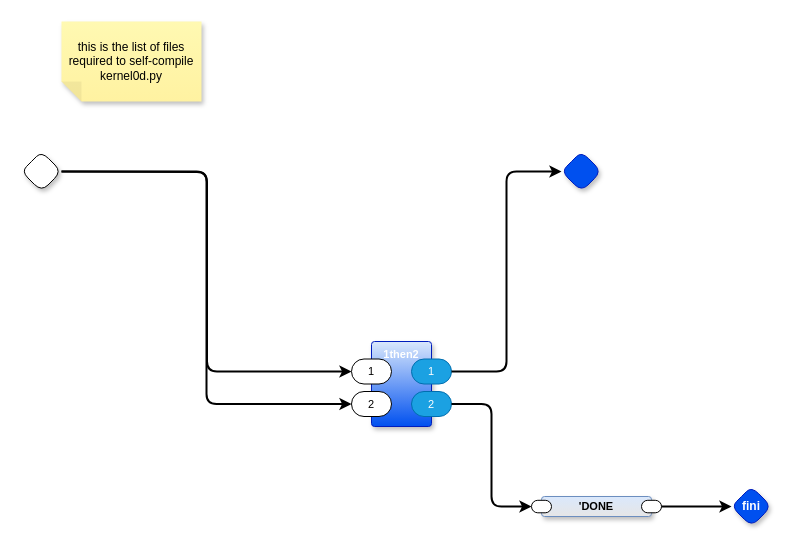
The draw.io diagram page "List Filenames" (2 of 30) of kernel/kernel.drawio in guitarvydas/pbp-dev, before the edit. Source tidied: cells renumbered, new cells numbered last; positions are measured from the earlier drawing's top-left corner, leaving out a move shared by most shapes. Both pictures are drawn from the tidied source at 100%, with x=0, y=0 at pixel (21, 21).
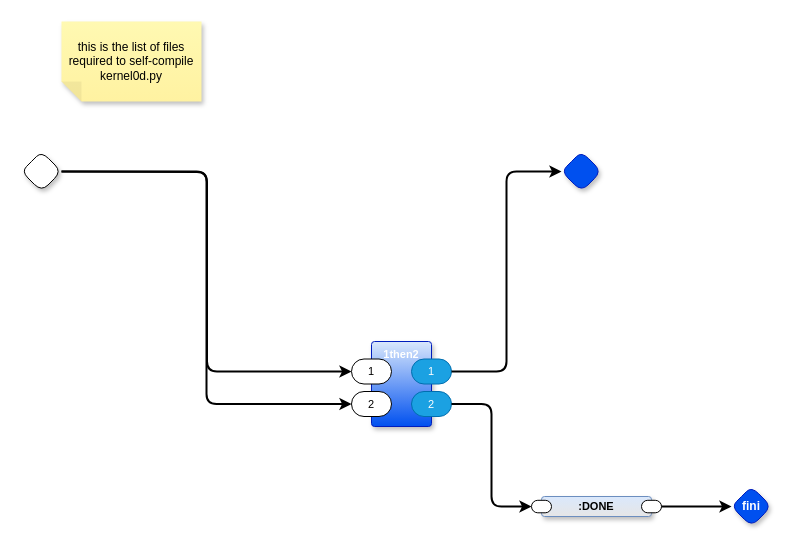
Above is the later version.

What changed in the source:
```diff
@@
 <mxGraphModel>
   <root>
     <mxCell id="0" />
     <mxCell id="1" parent="0" />
-    <mxCell id="2" value="'DONE" style="rounded=1;whiteSpace=wrap;html=1;verticalAlign=middle;arcSize=6;fontStyle=1;absoluteArcSize=1;shadow=1;strokeColor=#6c8ebf;fillColor=#dae8fc;fontFamily=Helvetica;fontSize=11;gradientColor=#E6E6E6;fontColor=default;" parent="1" vertex="1">
+    <mxCell id="2" value=":DONE" style="rounded=1;whiteSpace=wrap;html=1;verticalAlign=middle;arcSize=6;fontStyle=1;absoluteArcSize=1;shadow=1;strokeColor=#6c8ebf;fillColor=#dae8fc;fontFamily=Helvetica;fontSize=11;gradientColor=#E6E6E6;fontColor=default;" parent="1" vertex="1">
       <mxGeometry x="520" y="475" width="110" height="20" as="geometry" />
     </mxCell>
     <mxCell id="3" style="rounded=1;whiteSpace=wrap;html=1;sketch=0;points=[[0,0.5,0,0,0],[1,0.5,0,0,0]];arcSize=50;fontFamily=Helvetica;fontSize=11;fontColor=default;" parent="2" vertex="1">
       <mxGeometry x="100" y="3.8" width="20" height="12.5" as="geometry" />
     </mxCell>
     <mxCell id="4" style="rounded=1;whiteSpace=wrap;html=1;sketch=0;points=[[0,0.5,0,0,0],[1,0.5,0,0,0]];arcSize=50;fontFamily=Helvetica;fontSize=11;fontColor=default;" parent="2" vertex="1">
       <mxGeometry x="-10" y="3.8" width="20" height="12.5" as="geometry" />
     </mxCell>
     <mxCell id="5" style="rhombus;whiteSpace=wrap;html=1;rounded=1;fontStyle=1;glass=0;sketch=0;fontSize=12;points=[[0,0.5,0,0,0],[0.5,0,0,0,0],[0.5,1,0,0,0],[1,0.5,0,0,0]];shadow=1;fillColor=#0050ef;fontColor=#ffffff;strokeColor=#001DBC;fontFamily=Helvetica;labelBackgroundColor=none;" parent="1" vertex="1">
       <mxGeometry x="540" y="130" width="40" height="40" as="geometry" />
     </mxCell>
     <mxCell id="6" value="fini" style="rhombus;whiteSpace=wrap;html=1;rounded=1;fontStyle=1;glass=0;sketch=0;fontSize=12;points=[[0,0.5,0,0,0],[0.5,0,0,0,0],[0.5,1,0,0,0],[1,0.5,0,0,0]];shadow=1;fillColor=#0050ef;fontColor=#ffffff;strokeColor=#001DBC;fontFamily=Helvetica;labelBackgroundColor=none;" parent="1" vertex="1">
       <mxGeometry x="710" y="465" width="40" height="40" as="geometry" />
     </mxCell>
     <mxCell id="7" style="edgeStyle=orthogonalEdgeStyle;shape=connector;curved=0;rounded=1;jettySize=auto;html=1;exitX=1;exitY=0.5;exitDx=0;exitDy=0;exitPerimeter=0;entryX=0;entryY=0.5;entryDx=0;entryDy=0;entryPerimeter=0;strokeColor=default;strokeWidth=2;align=center;verticalAlign=middle;fontFamily=Helvetica;fontSize=11;fontColor=default;labelBackgroundColor=default;endArrow=classic;" parent="1" edge="1" source="3" target="6">
       <mxGeometry relative="1" as="geometry" />
     </mxCell>
     <mxCell id="8" value="1then2" style="rounded=1;whiteSpace=wrap;html=1;sketch=0;verticalAlign=top;arcSize=6;fontStyle=1;absoluteArcSize=1;shadow=1;strokeColor=#001DBC;fillColor=#DAE8FC;fontColor=#ffffff;gradientColor=#0050EF;fontFamily=Helvetica;fontSize=11;labelBackgroundColor=none;" parent="1" vertex="1">
       <mxGeometry x="350" y="320" width="60" height="85" as="geometry" />
     </mxCell>
     <mxCell id="9" value="2" style="rounded=1;whiteSpace=wrap;html=1;sketch=0;points=[[0,0.5,0,0,0],[1,0.5,0,0,0]];arcSize=50;fontFamily=Helvetica;fontSize=11;fontColor=default;labelBackgroundColor=none;" parent="8" vertex="1">
       <mxGeometry x="-20" y="50" width="40" height="25" as="geometry" />
     </mxCell>
     <mxCell id="10" value="1" style="rounded=1;whiteSpace=wrap;html=1;sketch=0;points=[[0,0.5,0,0,0],[1,0.5,0,0,0]];arcSize=50;fontFamily=Helvetica;fontSize=11;fontColor=default;labelBackgroundColor=none;" parent="8" vertex="1">
       <mxGeometry x="-20" y="17.5" width="40" height="25" as="geometry" />
     </mxCell>
     <mxCell id="11" value="1" style="rounded=1;whiteSpace=wrap;html=1;sketch=0;points=[[0,0.5,0,0,0],[1,0.5,0,0,0]];fillColor=#1ba1e2;fontColor=#ffffff;strokeColor=#006EAF;arcSize=50;fontFamily=Helvetica;fontSize=11;labelBackgroundColor=none;" parent="8" vertex="1">
       <mxGeometry x="40" y="17.5" width="40" height="25" as="geometry" />
     </mxCell>
     <mxCell id="12" value="2" style="rounded=1;whiteSpace=wrap;html=1;sketch=0;points=[[0,0.5,0,0,0],[1,0.5,0,0,0]];fillColor=#1ba1e2;fontColor=#ffffff;strokeColor=#006EAF;arcSize=50;fontFamily=Helvetica;fontSize=11;labelBackgroundColor=none;" parent="8" vertex="1">
       <mxGeometry x="40" y="50" width="40" height="25" as="geometry" />
     </mxCell>
     <mxCell id="13" style="edgeStyle=orthogonalEdgeStyle;shape=connector;curved=0;rounded=1;jettySize=auto;html=1;exitX=1;exitY=0.5;exitDx=0;exitDy=0;exitPerimeter=0;entryX=0;entryY=0.5;entryDx=0;entryDy=0;entryPerimeter=0;strokeColor=default;strokeWidth=2;align=center;verticalAlign=middle;fontFamily=Helvetica;fontSize=11;fontColor=default;labelBackgroundColor=default;endArrow=classic;" parent="1" edge="1" source="12" target="4">
       <mxGeometry relative="1" as="geometry" />
     </mxCell>
     <mxCell id="14" value="this is the list of files required to self-compile kernel0d.py" style="shape=note;whiteSpace=wrap;html=1;backgroundOutline=1;fontColor=#000000;darkOpacity=0.05;fillColor=#FFF9B2;strokeColor=none;fillStyle=solid;direction=west;gradientDirection=north;gradientColor=#FFF2A1;shadow=1;size=20;" parent="1" vertex="1">
       <mxGeometry x="40" width="140" height="80" as="geometry" />
     </mxCell>
     <mxCell id="15" style="rhombus;whiteSpace=wrap;html=1;rounded=1;fontStyle=1;glass=0;sketch=0;fontSize=12;points=[[0,0.5,0,0,0],[0.5,0,0,0,0],[0.5,1,0,0,0],[1,0.5,0,0,0]];shadow=1;fontFamily=Helvetica;fontColor=default;" parent="1" vertex="1">
       <mxGeometry y="130" width="40" height="40" as="geometry" />
     </mxCell>
     <mxCell id="16" style="edgeStyle=orthogonalEdgeStyle;rounded=1;jettySize=auto;html=1;exitX=1;exitY=0.5;exitDx=0;exitDy=0;exitPerimeter=0;entryX=0;entryY=0.5;entryDx=0;entryDy=0;entryPerimeter=0;strokeWidth=2;curved=0;" parent="1" edge="1" source="11" target="5">
       <mxGeometry relative="1" as="geometry" />
     </mxCell>
     <mxCell id="17" style="edgeStyle=orthogonalEdgeStyle;rounded=1;jettySize=auto;html=1;entryX=0;entryY=0.5;entryDx=0;entryDy=0;entryPerimeter=0;strokeWidth=2;curved=0;" parent="1" edge="1" target="10">
       <mxGeometry relative="1" as="geometry">
         <mxPoint x="40" y="150" as="sourcePoint" />
       </mxGeometry>
     </mxCell>
     <mxCell id="18" style="edgeStyle=orthogonalEdgeStyle;rounded=1;jettySize=auto;html=1;exitX=1;exitY=0.5;exitDx=0;exitDy=0;exitPerimeter=0;entryX=0;entryY=0.5;entryDx=0;entryDy=0;entryPerimeter=0;strokeWidth=2;curved=0;" parent="1" edge="1" source="15" target="9">
       <mxGeometry relative="1" as="geometry" />
     </mxCell>
   </root>
 </mxGraphModel>
```
